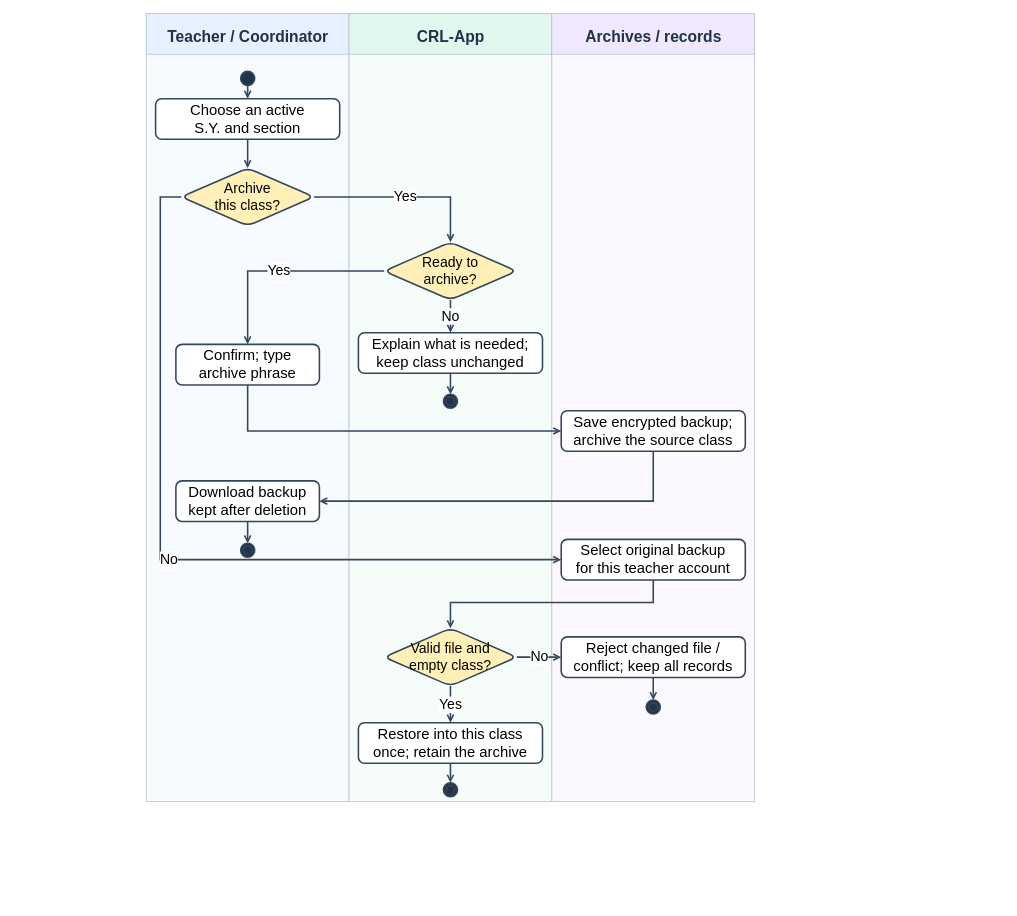
AkuSayangKamuJudaSayang/crl-app keeps this draw.io diagram as docs/diagrams/class-workspaces/figure-23-section-archive.drawio. Above is the earlier version. Source tidied: cells renumbered, new cells numbered last; positions are measured from the earlier drawing's top-left corner, leaving out a move shared by most shapes. Both pictures are drawn from the tidied source at 78%, with x=0, y=0 at pixel (13, 13).
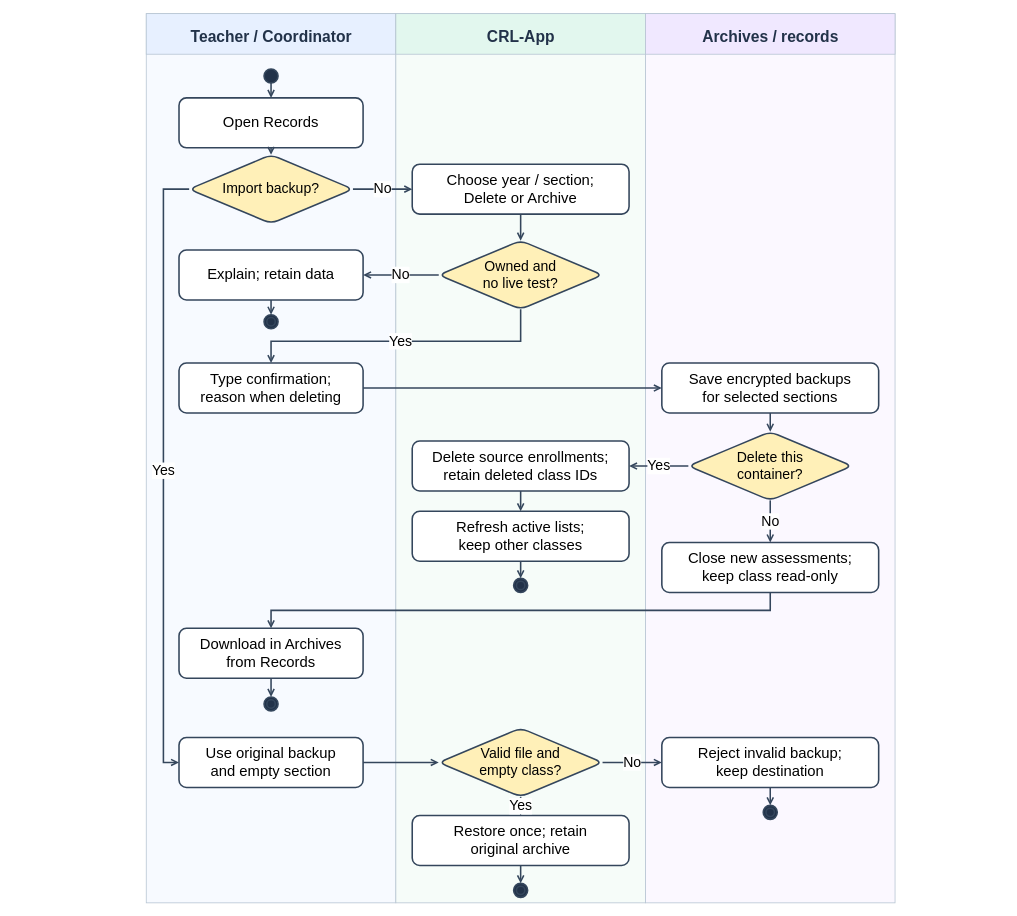
The same page after the edit.

What changed in the source:
```diff
@@
     <mxCell id="2" style="rounded=0;fillColor=#f7faff;strokeColor=#b6c4d2;" parent="1" vertex="1">
-      <mxGeometry x="170" width="260" height="1010" as="geometry" />
+      <mxGeometry x="170" width="320" height="1140" as="geometry" />
     </mxCell>
     <mxCell id="3" style="rounded=0;fillColor=#e7f0ff;strokeColor=#b6c4d2;" parent="1" vertex="1">
-      <mxGeometry x="170" width="260" height="52" as="geometry" />
+      <mxGeometry x="170" width="320" height="52" as="geometry" />
     </mxCell>
     <mxCell id="4" value="Teacher / Coordinator" style="text;html=1;align=center;verticalAlign=top;fontSize=20;fontColor=#223249;fontStyle=1;strokeColor=none;fillColor=none;" parent="1" vertex="1">
-      <mxGeometry y="11" width="600" height="24" as="geometry" />
+      <mxGeometry x="30" y="11" width="600" height="24" as="geometry" />
     </mxCell>
     <mxCell id="5" style="rounded=0;fillColor=#f6fcf9;strokeColor=#b6c4d2;" parent="1" vertex="1">
-      <mxGeometry x="430" width="260" height="1010" as="geometry" />
+      <mxGeometry x="490" width="320" height="1140" as="geometry" />
     </mxCell>
     <mxCell id="6" style="rounded=0;fillColor=#e2f7ee;strokeColor=#b6c4d2;" parent="1" vertex="1">
-      <mxGeometry x="430" width="260" height="52" as="geometry" />
+      <mxGeometry x="490" width="320" height="52" as="geometry" />
     </mxCell>
     <mxCell id="7" value="CRL-App" style="text;html=1;align=center;verticalAlign=top;fontSize=20;fontColor=#223249;fontStyle=1;strokeColor=none;fillColor=none;" parent="1" vertex="1">
-      <mxGeometry x="260" y="11" width="600" height="24" as="geometry" />
+      <mxGeometry x="350" y="11" width="600" height="24" as="geometry" />
     </mxCell>
     <mxCell id="8" style="rounded=0;fillColor=#fbf8ff;strokeColor=#b6c4d2;" parent="1" vertex="1">
-      <mxGeometry x="690" width="260" height="1010" as="geometry" />
+      <mxGeometry x="810" width="320" height="1140" as="geometry" />
     </mxCell>
     <mxCell id="9" style="rounded=0;fillColor=#f0e8ff;strokeColor=#b6c4d2;" parent="1" vertex="1">
-      <mxGeometry x="690" width="260" height="52" as="geometry" />
+      <mxGeometry x="810" width="320" height="52" as="geometry" />
     </mxCell>
     <mxCell id="10" value="Archives / records" style="text;html=1;align=center;verticalAlign=top;fontSize=20;fontColor=#223249;fontStyle=1;strokeColor=none;fillColor=none;" parent="1" vertex="1">
-      <mxGeometry x="520" y="11" width="600" height="24" as="geometry" />
+      <mxGeometry x="670" y="11" width="600" height="24" as="geometry" />
     </mxCell>
     <mxCell id="11" style="rounded=1;whiteSpace=wrap;html=1;fillColor=#ffffff;strokeColor=#34465c;strokeWidth=2;fontSize=19;shape=ellipse;fillColor=#223249;" parent="1" vertex="1">
-      <mxGeometry x="291" y="74" width="18" height="18" as="geometry" />
+      <mxGeometry x="321" y="71" width="18" height="18" as="geometry" />
     </mxCell>
-    <mxCell id="12" value="Choose an active&lt;br&gt;S.Y. and section" style="rounded=1;whiteSpace=wrap;html=1;fillColor=#ffffff;strokeColor=#34465c;strokeWidth=2;fontSize=19;" parent="1" vertex="1">
-      <mxGeometry x="182" y="109" width="236" height="52" as="geometry" />
+    <mxCell id="12" value="Open Records" style="rounded=1;whiteSpace=wrap;html=1;fillColor=#ffffff;strokeColor=#34465c;strokeWidth=2;fontSize=19;" parent="1" vertex="1">
+      <mxGeometry x="212" y="108" width="236" height="64" as="geometry" />
     </mxCell>
-    <mxCell id="13" value="Archive&lt;br&gt;this class?" style="rounded=1;whiteSpace=wrap;html=1;fillColor=#ffffff;strokeColor=#34465c;strokeWidth=2;fontSize=19;shape=rhombus;fillColor=#fff0b8;fontSize=18;" parent="1" vertex="1">
-      <mxGeometry x="215" y="198" width="170" height="74" as="geometry" />
+    <mxCell id="13" value="Import backup?" style="rounded=1;whiteSpace=wrap;html=1;fillColor=#ffffff;strokeColor=#34465c;strokeWidth=2;fontSize=19;shape=rhombus;fillColor=#fff0b8;fontSize=18;" parent="1" vertex="1">
+      <mxGeometry x="225" y="181" width="210" height="88" as="geometry" />
     </mxCell>
+    <mxCell id="42" value="Choose year / section;&lt;br&gt;Delete or Archive" style="rounded=1;whiteSpace=wrap;html=1;fillColor=#ffffff;strokeColor=#34465c;strokeWidth=2;fontSize=19;" parent="1" vertex="1">
+      <mxGeometry x="511" y="193" width="278" height="64" as="geometry" />
+    </mxCell>
-    <mxCell id="14" value="Ready to&lt;br&gt;archive?" style="rounded=1;whiteSpace=wrap;html=1;fillColor=#ffffff;strokeColor=#34465c;strokeWidth=2;fontSize=19;shape=rhombus;fillColor=#fff0b8;fontSize=18;" parent="1" vertex="1">
-      <mxGeometry x="475" y="293" width="170" height="74" as="geometry" />
+    <mxCell id="14" value="Owned and&lt;br&gt;no live test?" style="rounded=1;whiteSpace=wrap;html=1;fillColor=#ffffff;strokeColor=#34465c;strokeWidth=2;fontSize=19;shape=rhombus;fillColor=#fff0b8;fontSize=18;" parent="1" vertex="1">
+      <mxGeometry x="545" y="291" width="210" height="88" as="geometry" />
     </mxCell>
-    <mxCell id="15" value="Explain what is needed;&lt;br&gt;keep class unchanged" style="rounded=1;whiteSpace=wrap;html=1;fillColor=#ffffff;strokeColor=#34465c;strokeWidth=2;fontSize=19;" parent="1" vertex="1">
-      <mxGeometry x="442" y="409" width="236" height="52" as="geometry" />
+    <mxCell id="15" value="Explain; retain data" style="rounded=1;whiteSpace=wrap;html=1;fillColor=#ffffff;strokeColor=#34465c;strokeWidth=2;fontSize=19;" parent="1" vertex="1">
+      <mxGeometry x="212" y="303" width="236" height="64" as="geometry" />
     </mxCell>
     <mxCell id="16" style="rounded=1;whiteSpace=wrap;html=1;fillColor=#ffffff;strokeColor=#34465c;strokeWidth=2;fontSize=19;shape=doubleEllipse;fillColor=#223249;" parent="1" vertex="1">
-      <mxGeometry x="551" y="488" width="18" height="18" as="geometry" />
+      <mxGeometry x="321" y="386" width="18" height="18" as="geometry" />
     </mxCell>
-    <mxCell id="17" value="Confirm; type&lt;br&gt;archive phrase" style="rounded=1;whiteSpace=wrap;html=1;fillColor=#ffffff;strokeColor=#34465c;strokeWidth=2;fontSize=19;" parent="1" vertex="1">
-      <mxGeometry x="208" y="424" width="184" height="52" as="geometry" />
+    <mxCell id="17" value="Type confirmation;&lt;br&gt;reason when deleting" style="rounded=1;whiteSpace=wrap;html=1;fillColor=#ffffff;strokeColor=#34465c;strokeWidth=2;fontSize=19;" parent="1" vertex="1">
+      <mxGeometry x="212" y="448" width="236" height="64" as="geometry" />
     </mxCell>
-    <mxCell id="18" value="Save encrypted backup;&lt;br&gt;archive the source class" style="rounded=1;whiteSpace=wrap;html=1;fillColor=#ffffff;strokeColor=#34465c;strokeWidth=2;fontSize=19;" parent="1" vertex="1">
-      <mxGeometry x="702" y="509" width="236" height="52" as="geometry" />
+    <mxCell id="18" value="Save encrypted backups&lt;br&gt;for selected sections" style="rounded=1;whiteSpace=wrap;html=1;fillColor=#ffffff;strokeColor=#34465c;strokeWidth=2;fontSize=19;" parent="1" vertex="1">
+      <mxGeometry x="831" y="448" width="278" height="64" as="geometry" />
     </mxCell>
-    <mxCell id="19" value="Download backup&lt;br&gt;kept after deletion" style="rounded=1;whiteSpace=wrap;html=1;fillColor=#ffffff;strokeColor=#34465c;strokeWidth=2;fontSize=19;" parent="1" vertex="1">
-      <mxGeometry x="208" y="599" width="184" height="52" as="geometry" />
+    <mxCell id="19" value="Delete this&lt;br&gt;container?" style="rounded=1;whiteSpace=wrap;html=1;fillColor=#ffffff;strokeColor=#34465c;strokeWidth=2;fontSize=19;shape=rhombus;fillColor=#fff0b8;fontSize=18;" parent="1" vertex="1">
+      <mxGeometry x="865" y="536" width="210" height="88" as="geometry" />
     </mxCell>
-    <mxCell id="20" style="rounded=1;whiteSpace=wrap;html=1;fillColor=#ffffff;strokeColor=#34465c;strokeWidth=2;fontSize=19;shape=doubleEllipse;fillColor=#223249;" parent="1" vertex="1">
-      <mxGeometry x="291" y="679" width="18" height="18" as="geometry" />
-    </mxCell>
+    <mxCell id="43" value="Delete source enrollments;&lt;br&gt;retain deleted class IDs" style="rounded=1;whiteSpace=wrap;html=1;fillColor=#ffffff;strokeColor=#34465c;strokeWidth=2;fontSize=19;" parent="1" vertex="1">
+      <mxGeometry x="511" y="548" width="278" height="64" as="geometry" />
+    </mxCell>
+    <mxCell id="44" value="Refresh active lists;&lt;br&gt;keep other classes" style="rounded=1;whiteSpace=wrap;html=1;fillColor=#ffffff;strokeColor=#34465c;strokeWidth=2;fontSize=19;" parent="1" vertex="1">
+      <mxGeometry x="511" y="638" width="278" height="64" as="geometry" />
+    </mxCell>
+    <mxCell id="45" style="rounded=1;whiteSpace=wrap;html=1;fillColor=#ffffff;strokeColor=#34465c;strokeWidth=2;fontSize=19;shape=doubleEllipse;fillColor=#223249;" parent="1" vertex="1">
+      <mxGeometry x="641" y="724" width="18" height="18" as="geometry" />
+    </mxCell>
+    <mxCell id="46" value="Close new assessments;&lt;br&gt;keep class read-only" style="rounded=1;whiteSpace=wrap;html=1;fillColor=#ffffff;strokeColor=#34465c;strokeWidth=2;fontSize=19;" parent="1" vertex="1">
+      <mxGeometry x="831" y="678" width="278" height="64" as="geometry" />
+    </mxCell>
+    <mxCell id="47" value="Download in Archives&lt;br&gt;from Records" style="rounded=1;whiteSpace=wrap;html=1;fillColor=#ffffff;strokeColor=#34465c;strokeWidth=2;fontSize=19;" parent="1" vertex="1">
+      <mxGeometry x="212" y="788" width="236" height="64" as="geometry" />
+    </mxCell>
+    <mxCell id="48" style="rounded=1;whiteSpace=wrap;html=1;fillColor=#ffffff;strokeColor=#34465c;strokeWidth=2;fontSize=19;shape=doubleEllipse;fillColor=#223249;" parent="1" vertex="1">
+      <mxGeometry x="321" y="876" width="18" height="18" as="geometry" />
+    </mxCell>
-    <mxCell id="21" value="Select original backup&lt;br&gt;for this teacher account" style="rounded=1;whiteSpace=wrap;html=1;fillColor=#ffffff;strokeColor=#34465c;strokeWidth=2;fontSize=19;" parent="1" vertex="1">
-      <mxGeometry x="702" y="674" width="236" height="52" as="geometry" />
+    <mxCell id="21" value="Use original backup&lt;br&gt;and empty section" style="rounded=1;whiteSpace=wrap;html=1;fillColor=#ffffff;strokeColor=#34465c;strokeWidth=2;fontSize=19;" parent="1" vertex="1">
+      <mxGeometry x="212" y="928" width="236" height="64" as="geometry" />
     </mxCell>
     <mxCell id="22" value="Valid file and&lt;br&gt;empty class?" style="rounded=1;whiteSpace=wrap;html=1;fillColor=#ffffff;strokeColor=#34465c;strokeWidth=2;fontSize=19;shape=rhombus;fillColor=#fff0b8;fontSize=18;" parent="1" vertex="1">
-      <mxGeometry x="475" y="788" width="170" height="74" as="geometry" />
+      <mxGeometry x="545" y="916" width="210" height="88" as="geometry" />
     </mxCell>
-    <mxCell id="23" value="Reject changed file /&lt;br&gt;conflict; keep all records" style="rounded=1;whiteSpace=wrap;html=1;fillColor=#ffffff;strokeColor=#34465c;strokeWidth=2;fontSize=19;" parent="1" vertex="1">
-      <mxGeometry x="702" y="799" width="236" height="52" as="geometry" />
+    <mxCell id="23" value="Reject invalid backup;&lt;br&gt;keep destination" style="rounded=1;whiteSpace=wrap;html=1;fillColor=#ffffff;strokeColor=#34465c;strokeWidth=2;fontSize=19;" parent="1" vertex="1">
+      <mxGeometry x="831" y="928" width="278" height="64" as="geometry" />
     </mxCell>
     <mxCell id="24" style="rounded=1;whiteSpace=wrap;html=1;fillColor=#ffffff;strokeColor=#34465c;strokeWidth=2;fontSize=19;shape=doubleEllipse;fillColor=#223249;" parent="1" vertex="1">
-      <mxGeometry x="811" y="880" width="18" height="18" as="geometry" />
+      <mxGeometry x="961" y="1015" width="18" height="18" as="geometry" />
     </mxCell>
-    <mxCell id="25" value="Restore into this class&lt;br&gt;once; retain the archive" style="rounded=1;whiteSpace=wrap;html=1;fillColor=#ffffff;strokeColor=#34465c;strokeWidth=2;fontSize=19;" parent="1" vertex="1">
-      <mxGeometry x="442" y="909" width="236" height="52" as="geometry" />
-    </mxCell>
+    <mxCell id="49" value="Restore once; retain&lt;br&gt;original archive" style="rounded=1;whiteSpace=wrap;html=1;fillColor=#ffffff;strokeColor=#34465c;strokeWidth=2;fontSize=19;" parent="1" vertex="1">
+      <mxGeometry x="511" y="1028" width="278" height="64" as="geometry" />
+    </mxCell>
     <mxCell id="26" style="rounded=1;whiteSpace=wrap;html=1;fillColor=#ffffff;strokeColor=#34465c;strokeWidth=2;fontSize=19;shape=doubleEllipse;fillColor=#223249;" parent="1" vertex="1">
-      <mxGeometry x="551" y="986" width="18" height="18" as="geometry" />
+      <mxGeometry x="641" y="1115" width="18" height="18" as="geometry" />
     </mxCell>
@@
-    <mxCell id="29" value="Yes" style="edgeStyle=orthogonalEdgeStyle;rounded=0;html=1;endArrow=open;strokeColor=#34465c;strokeWidth=2;exitX=1;exitY=0.5;entryX=0.5;entryY=0;fontSize=18;labelBackgroundColor=#ffffff;" parent="1" edge="1" source="13" target="14">
-      <mxGeometry relative="1" as="geometry">
-        <Array as="points">
-          <mxPoint x="560" y="235" />
-        </Array>
-      </mxGeometry>
+    <mxCell id="29" value="No" style="edgeStyle=orthogonalEdgeStyle;rounded=0;html=1;endArrow=open;strokeColor=#34465c;strokeWidth=2;exitX=1;exitY=0.5;entryX=0;entryY=0.5;fontSize=18;labelBackgroundColor=#ffffff;" parent="1" edge="1" source="13" target="42">
+      <mxGeometry relative="1" as="geometry" />
     </mxCell>
-    <mxCell id="30" value="No" style="edgeStyle=orthogonalEdgeStyle;rounded=0;html=1;endArrow=open;strokeColor=#34465c;strokeWidth=2;exitX=0.5;exitY=1;entryX=0.5;entryY=0;fontSize=18;labelBackgroundColor=#ffffff;" parent="1" edge="1" source="14" target="15">
+    <mxCell id="30" style="edgeStyle=orthogonalEdgeStyle;rounded=0;html=1;endArrow=open;strokeColor=#34465c;strokeWidth=2;exitX=0.5;exitY=1;entryX=0.5;entryY=0;fontSize=18;labelBackgroundColor=#ffffff;" parent="1" edge="1" source="42" target="14">
       <mxGeometry relative="1" as="geometry" />
     </mxCell>
-    <mxCell id="31" style="edgeStyle=orthogonalEdgeStyle;rounded=0;html=1;endArrow=open;strokeColor=#34465c;strokeWidth=2;exitX=0.5;exitY=1;entryX=0.5;entryY=0;fontSize=18;labelBackgroundColor=#ffffff;" parent="1" edge="1" source="15" target="16">
+    <mxCell id="31" value="No" style="edgeStyle=orthogonalEdgeStyle;rounded=0;html=1;endArrow=open;strokeColor=#34465c;strokeWidth=2;exitX=0;exitY=0.5;entryX=1;entryY=0.5;fontSize=18;labelBackgroundColor=#ffffff;" parent="1" edge="1" source="14" target="15">
       <mxGeometry relative="1" as="geometry" />
     </mxCell>
-    <mxCell id="32" value="Yes" style="edgeStyle=orthogonalEdgeStyle;rounded=0;html=1;endArrow=open;strokeColor=#34465c;strokeWidth=2;exitX=0;exitY=0.5;entryX=0.5;entryY=0;fontSize=18;labelBackgroundColor=#ffffff;" parent="1" edge="1" source="14" target="17">
-      <mxGeometry relative="1" as="geometry">
-        <Array as="points">
-          <mxPoint x="300" y="330" />
-        </Array>
-      </mxGeometry>
+    <mxCell id="32" style="edgeStyle=orthogonalEdgeStyle;rounded=0;html=1;endArrow=open;strokeColor=#34465c;strokeWidth=2;exitX=0.5;exitY=1;entryX=0.5;entryY=0;fontSize=18;labelBackgroundColor=#ffffff;" parent="1" edge="1" source="15" target="16">
+      <mxGeometry relative="1" as="geometry" />
     </mxCell>
-    <mxCell id="33" style="edgeStyle=orthogonalEdgeStyle;rounded=0;html=1;endArrow=open;strokeColor=#34465c;strokeWidth=2;exitX=0.5;exitY=1;entryX=0;entryY=0.5;fontSize=18;labelBackgroundColor=#ffffff;" parent="1" edge="1" source="17" target="18">
+    <mxCell id="33" value="Yes" style="edgeStyle=orthogonalEdgeStyle;rounded=0;html=1;endArrow=open;strokeColor=#34465c;strokeWidth=2;exitX=0.5;exitY=1;entryX=0.5;entryY=0;fontSize=18;labelBackgroundColor=#ffffff;" parent="1" edge="1" source="14" target="17">
       <mxGeometry relative="1" as="geometry">
         <Array as="points">
-          <mxPoint x="300" y="535" />
+          <mxPoint x="650" y="420" />
+          <mxPoint x="330" y="420" />
         </Array>
       </mxGeometry>
     </mxCell>
-    <mxCell id="34" style="edgeStyle=orthogonalEdgeStyle;rounded=0;html=1;endArrow=open;strokeColor=#34465c;strokeWidth=2;exitX=0.5;exitY=1;entryX=1;entryY=0.5;fontSize=18;labelBackgroundColor=#ffffff;" parent="1" edge="1" source="18" target="19">
-      <mxGeometry relative="1" as="geometry">
-        <Array as="points">
-          <mxPoint x="820" y="625" />
-        </Array>
-      </mxGeometry>
+    <mxCell id="34" style="edgeStyle=orthogonalEdgeStyle;rounded=0;html=1;endArrow=open;strokeColor=#34465c;strokeWidth=2;exitX=1;exitY=0.5;entryX=0;entryY=0.5;fontSize=18;labelBackgroundColor=#ffffff;" parent="1" edge="1" source="17" target="18">
+      <mxGeometry relative="1" as="geometry" />
     </mxCell>
-    <mxCell id="35" style="edgeStyle=orthogonalEdgeStyle;rounded=0;html=1;endArrow=open;strokeColor=#34465c;strokeWidth=2;exitX=0.5;exitY=1;entryX=0.5;entryY=0;fontSize=18;labelBackgroundColor=#ffffff;" parent="1" edge="1" source="19" target="20">
+    <mxCell id="35" style="edgeStyle=orthogonalEdgeStyle;rounded=0;html=1;endArrow=open;strokeColor=#34465c;strokeWidth=2;exitX=0.5;exitY=1;entryX=0.5;entryY=0;fontSize=18;labelBackgroundColor=#ffffff;" parent="1" edge="1" source="18" target="19">
       <mxGeometry relative="1" as="geometry" />
     </mxCell>
-    <mxCell id="36" value="No" style="edgeStyle=orthogonalEdgeStyle;rounded=0;html=1;endArrow=open;strokeColor=#34465c;strokeWidth=2;exitX=0;exitY=0.5;entryX=0;entryY=0.5;fontSize=18;labelBackgroundColor=#ffffff;" parent="1" edge="1" source="13" target="21">
-      <mxGeometry relative="1" as="geometry">
-        <Array as="points">
-          <mxPoint x="188" y="235" />
-          <mxPoint x="188" y="700" />
-        </Array>
-      </mxGeometry>
+    <mxCell id="36" value="Yes" style="edgeStyle=orthogonalEdgeStyle;rounded=0;html=1;endArrow=open;strokeColor=#34465c;strokeWidth=2;exitX=0;exitY=0.5;entryX=1;entryY=0.5;fontSize=18;labelBackgroundColor=#ffffff;" parent="1" edge="1" source="19" target="43">
+      <mxGeometry relative="1" as="geometry" />
     </mxCell>
-    <mxCell id="37" style="edgeStyle=orthogonalEdgeStyle;rounded=0;html=1;endArrow=open;strokeColor=#34465c;strokeWidth=2;exitX=0.5;exitY=1;entryX=0.5;entryY=0;fontSize=18;labelBackgroundColor=#ffffff;" parent="1" edge="1" source="21" target="22">
-      <mxGeometry relative="1" as="geometry">
-        <Array as="points">
-          <mxPoint x="820" y="755" />
-          <mxPoint x="560" y="755" />
-        </Array>
-      </mxGeometry>
+    <mxCell id="37" style="edgeStyle=orthogonalEdgeStyle;rounded=0;html=1;endArrow=open;strokeColor=#34465c;strokeWidth=2;exitX=0.5;exitY=1;entryX=0.5;entryY=0;fontSize=18;labelBackgroundColor=#ffffff;" parent="1" edge="1" source="43" target="44">
+      <mxGeometry relative="1" as="geometry" />
     </mxCell>
-    <mxCell id="38" value="No" style="edgeStyle=orthogonalEdgeStyle;rounded=0;html=1;endArrow=open;strokeColor=#34465c;strokeWidth=2;exitX=1;exitY=0.5;entryX=0;entryY=0.5;fontSize=18;labelBackgroundColor=#ffffff;" parent="1" edge="1" source="22" target="23">
+    <mxCell id="38" style="edgeStyle=orthogonalEdgeStyle;rounded=0;html=1;endArrow=open;strokeColor=#34465c;strokeWidth=2;exitX=0.5;exitY=1;entryX=0.5;entryY=0;fontSize=18;labelBackgroundColor=#ffffff;" parent="1" edge="1" source="44" target="45">
       <mxGeometry relative="1" as="geometry" />
     </mxCell>
-    <mxCell id="39" style="edgeStyle=orthogonalEdgeStyle;rounded=0;html=1;endArrow=open;strokeColor=#34465c;strokeWidth=2;exitX=0.5;exitY=1;entryX=0.5;entryY=0;fontSize=18;labelBackgroundColor=#ffffff;" parent="1" edge="1" source="23" target="24">
+    <mxCell id="39" value="No" style="edgeStyle=orthogonalEdgeStyle;rounded=0;html=1;endArrow=open;strokeColor=#34465c;strokeWidth=2;exitX=0.5;exitY=1;entryX=0.5;entryY=0;fontSize=18;labelBackgroundColor=#ffffff;" parent="1" edge="1" source="19" target="46">
       <mxGeometry relative="1" as="geometry" />
     </mxCell>
-    <mxCell id="40" value="Yes" style="edgeStyle=orthogonalEdgeStyle;rounded=0;html=1;endArrow=open;strokeColor=#34465c;strokeWidth=2;exitX=0.5;exitY=1;entryX=0.5;entryY=0;fontSize=18;labelBackgroundColor=#ffffff;" parent="1" edge="1" source="22" target="25">
-      <mxGeometry relative="1" as="geometry" />
+    <mxCell id="40" style="edgeStyle=orthogonalEdgeStyle;rounded=0;html=1;endArrow=open;strokeColor=#34465c;strokeWidth=2;exitX=0.5;exitY=1;entryX=0.5;entryY=0;fontSize=18;labelBackgroundColor=#ffffff;" parent="1" edge="1" source="46" target="47">
+      <mxGeometry relative="1" as="geometry">
+        <Array as="points">
+          <mxPoint x="970" y="765" />
+          <mxPoint x="330" y="765" />
+        </Array>
+      </mxGeometry>
     </mxCell>
-    <mxCell id="41" style="edgeStyle=orthogonalEdgeStyle;rounded=0;html=1;endArrow=open;strokeColor=#34465c;strokeWidth=2;exitX=0.5;exitY=1;entryX=0.5;entryY=0;fontSize=18;labelBackgroundColor=#ffffff;" parent="1" edge="1" source="25" target="26">
+    <mxCell id="41" style="edgeStyle=orthogonalEdgeStyle;rounded=0;html=1;endArrow=open;strokeColor=#34465c;strokeWidth=2;exitX=0.5;exitY=1;entryX=0.5;entryY=0;fontSize=18;labelBackgroundColor=#ffffff;" parent="1" edge="1" source="47" target="48">
       <mxGeometry relative="1" as="geometry" />
     </mxCell>
+    <mxCell id="50" value="Yes" style="edgeStyle=orthogonalEdgeStyle;rounded=0;html=1;endArrow=open;strokeColor=#34465c;strokeWidth=2;exitX=0;exitY=0.5;entryX=0;entryY=0.5;fontSize=18;labelBackgroundColor=#ffffff;" parent="1" edge="1" source="13" target="21">
+      <mxGeometry relative="1" as="geometry">
+        <Array as="points">
+          <mxPoint x="192" y="225" />
+          <mxPoint x="192" y="960" />
+        </Array>
+      </mxGeometry>
+    </mxCell>
+    <mxCell id="51" style="edgeStyle=orthogonalEdgeStyle;rounded=0;html=1;endArrow=open;strokeColor=#34465c;strokeWidth=2;exitX=1;exitY=0.5;entryX=0;entryY=0.5;fontSize=18;labelBackgroundColor=#ffffff;" parent="1" edge="1" source="21" target="22">
+      <mxGeometry relative="1" as="geometry" />
+    </mxCell>
+    <mxCell id="52" value="No" style="edgeStyle=orthogonalEdgeStyle;rounded=0;html=1;endArrow=open;strokeColor=#34465c;strokeWidth=2;exitX=1;exitY=0.5;entryX=0;entryY=0.5;fontSize=18;labelBackgroundColor=#ffffff;" parent="1" edge="1" source="22" target="23">
+      <mxGeometry relative="1" as="geometry" />
+    </mxCell>
+    <mxCell id="53" style="edgeStyle=orthogonalEdgeStyle;rounded=0;html=1;endArrow=open;strokeColor=#34465c;strokeWidth=2;exitX=0.5;exitY=1;entryX=0.5;entryY=0;fontSize=18;labelBackgroundColor=#ffffff;" parent="1" edge="1" source="23" target="24">
+      <mxGeometry relative="1" as="geometry" />
+    </mxCell>
+    <mxCell id="54" value="Yes" style="edgeStyle=orthogonalEdgeStyle;rounded=0;html=1;endArrow=open;strokeColor=#34465c;strokeWidth=2;exitX=0.5;exitY=1;entryX=0.5;entryY=0;fontSize=18;labelBackgroundColor=#ffffff;" parent="1" edge="1" source="22" target="49">
+      <mxGeometry relative="1" as="geometry" />
+    </mxCell>
+    <mxCell id="55" style="edgeStyle=orthogonalEdgeStyle;rounded=0;html=1;endArrow=open;strokeColor=#34465c;strokeWidth=2;exitX=0.5;exitY=1;entryX=0.5;entryY=0;fontSize=18;labelBackgroundColor=#ffffff;" parent="1" edge="1" source="49" target="26">
+      <mxGeometry relative="1" as="geometry" />
+    </mxCell>
```
